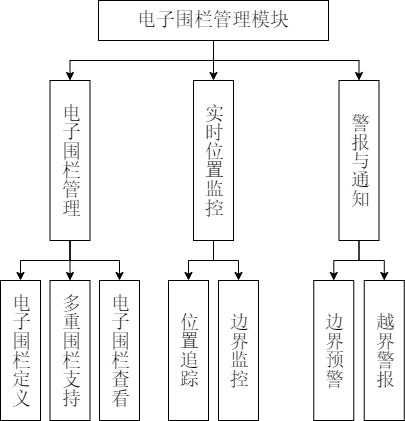
This is 学生端电子围栏管理模块.drawio.png from w1791105996/About-CSS3, a draw.io export, as it was before one commit. Source tidied: cells renumbered, new cells last; positions are measured from the earlier drawing's top-left corner, leaving out a move shared by most shapes.
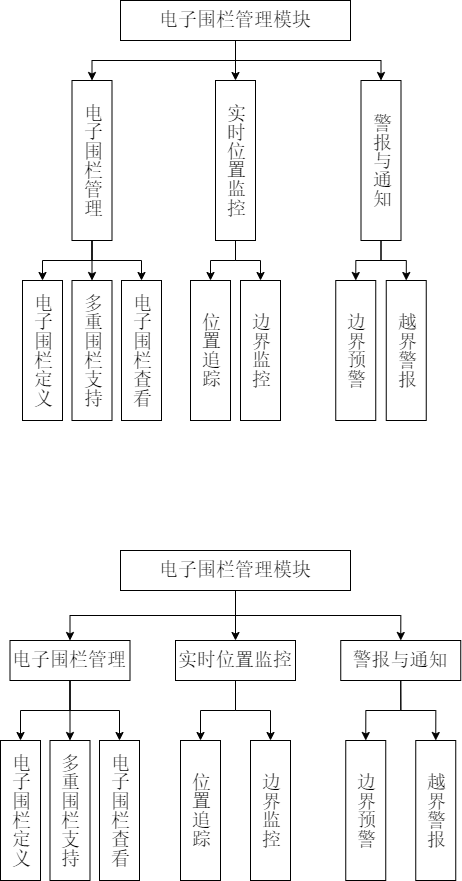
Later version of the same file.

Commit message:
更新学生端电子围栏管理模块.drawio.png

Diff of the diagram source:
```diff
@@ -65,5 +65,68 @@
     <mxCell id="22" value="越界警报" style="rounded=0;whiteSpace=wrap;html=1;textDirection=vertical-lr;horizontal=1;fontFamily=宋体;spacingTop=0;fontSize=19;" parent="1" vertex="1">
       <mxGeometry x="363.8" y="280" width="40" height="140" as="geometry" />
     </mxCell>
+    <mxCell id="23" style="edgeStyle=orthogonalEdgeStyle;rounded=0;jettySize=auto;html=1;exitX=0.5;exitY=1;exitDx=0;exitDy=0;entryX=0.5;entryY=0;entryDx=0;entryDy=0;" parent="1" edge="1" source="26" target="30">
+      <mxGeometry relative="1" as="geometry" />
+    </mxCell>
+    <mxCell id="24" style="edgeStyle=orthogonalEdgeStyle;rounded=0;jettySize=auto;html=1;exitX=0.5;exitY=1;exitDx=0;exitDy=0;entryX=0.5;entryY=0;entryDx=0;entryDy=0;" parent="1" edge="1" source="26" target="36">
+      <mxGeometry relative="1" as="geometry" />
+    </mxCell>
+    <mxCell id="25" style="edgeStyle=orthogonalEdgeStyle;rounded=0;jettySize=auto;html=1;exitX=0.5;exitY=1;exitDx=0;exitDy=0;entryX=0.5;entryY=0;entryDx=0;entryDy=0;" parent="1" edge="1" source="26" target="33">
+      <mxGeometry relative="1" as="geometry" />
+    </mxCell>
+    <mxCell id="26" value="电子围栏管理模块" style="rounded=0;whiteSpace=wrap;html=1;fontFamily=宋体;fontSize=19;" parent="1" vertex="1">
+      <mxGeometry x="98" y="550" width="230" height="40" as="geometry" />
+    </mxCell>
+    <mxCell id="27" style="edgeStyle=orthogonalEdgeStyle;rounded=0;jettySize=auto;html=1;entryX=0.5;entryY=0;entryDx=0;entryDy=0;exitX=0.5;exitY=1;exitDx=0;exitDy=0;" parent="1" edge="1" source="30" target="39">
+      <mxGeometry relative="1" as="geometry" />
+    </mxCell>
+    <mxCell id="28" style="edgeStyle=orthogonalEdgeStyle;rounded=0;jettySize=auto;html=1;exitX=0.5;exitY=1;exitDx=0;exitDy=0;entryX=0.5;entryY=0;entryDx=0;entryDy=0;" parent="1" edge="1" source="30" target="37">
+      <mxGeometry relative="1" as="geometry" />
+    </mxCell>
+    <mxCell id="29" style="edgeStyle=orthogonalEdgeStyle;rounded=0;jettySize=auto;html=1;exitX=0.5;exitY=1;exitDx=0;exitDy=0;entryX=0.5;entryY=0;entryDx=0;entryDy=0;" parent="1" edge="1" source="30" target="38">
+      <mxGeometry relative="1" as="geometry" />
+    </mxCell>
+    <mxCell id="30" value="电子围栏管理" style="rounded=0;whiteSpace=wrap;html=1;horizontal=1;fontFamily=宋体;spacingTop=0;fontSize=19;" parent="1" vertex="1">
+      <mxGeometry x="-12.5" y="640" width="120" height="40" as="geometry" />
+    </mxCell>
+    <mxCell id="31" style="edgeStyle=orthogonalEdgeStyle;rounded=0;jettySize=auto;html=1;exitX=0.5;exitY=1;exitDx=0;exitDy=0;entryX=0.5;entryY=0;entryDx=0;entryDy=0;" parent="1" edge="1" source="33" target="40">
+      <mxGeometry relative="1" as="geometry" />
+    </mxCell>
+    <mxCell id="32" style="edgeStyle=orthogonalEdgeStyle;rounded=0;jettySize=auto;html=1;exitX=0.5;exitY=1;exitDx=0;exitDy=0;entryX=0.5;entryY=0;entryDx=0;entryDy=0;" parent="1" edge="1" source="33" target="41">
+      <mxGeometry relative="1" as="geometry" />
+    </mxCell>
+    <mxCell id="33" value="实时位置监控" style="rounded=0;whiteSpace=wrap;html=1;horizontal=1;fontFamily=宋体;spacingTop=0;fontSize=19;" parent="1" vertex="1">
+      <mxGeometry x="153" y="640" width="120" height="40" as="geometry" />
+    </mxCell>
+    <mxCell id="34" style="edgeStyle=orthogonalEdgeStyle;rounded=0;jettySize=auto;html=1;exitX=0.5;exitY=1;exitDx=0;exitDy=0;entryX=0.5;entryY=0;entryDx=0;entryDy=0;" parent="1" edge="1" source="36" target="42">
+      <mxGeometry relative="1" as="geometry" />
+    </mxCell>
+    <mxCell id="35" style="edgeStyle=orthogonalEdgeStyle;rounded=0;jettySize=auto;html=1;exitX=0.5;exitY=1;exitDx=0;exitDy=0;entryX=0.5;entryY=0;entryDx=0;entryDy=0;" parent="1" edge="1" source="36" target="43">
+      <mxGeometry relative="1" as="geometry" />
+    </mxCell>
+    <mxCell id="36" value="警报与通知" style="rounded=0;whiteSpace=wrap;html=1;horizontal=1;fontFamily=宋体;spacingTop=0;fontSize=19;" parent="1" vertex="1">
+      <mxGeometry x="318.2" y="640" width="120" height="40" as="geometry" />
+    </mxCell>
+    <mxCell id="37" value="电子围栏定义" style="rounded=0;whiteSpace=wrap;html=1;textDirection=vertical-lr;horizontal=1;fontFamily=宋体;spacingTop=0;fontSize=19;" parent="1" vertex="1">
+      <mxGeometry x="-22" y="740" width="40" height="140" as="geometry" />
+    </mxCell>
+    <mxCell id="38" value="电子围栏查看" style="rounded=0;whiteSpace=wrap;html=1;textDirection=vertical-lr;horizontal=1;fontFamily=宋体;spacingTop=0;fontSize=19;" parent="1" vertex="1">
+      <mxGeometry x="77" y="740" width="40" height="140" as="geometry" />
+    </mxCell>
+    <mxCell id="39" value="多重围栏支持" style="rounded=0;whiteSpace=wrap;html=1;textDirection=vertical-lr;horizontal=1;fontFamily=宋体;spacingTop=0;fontSize=19;" parent="1" vertex="1">
+      <mxGeometry x="27.5" y="740" width="40" height="140" as="geometry" />
+    </mxCell>
+    <mxCell id="40" value="位置追踪" style="rounded=0;whiteSpace=wrap;html=1;textDirection=vertical-lr;horizontal=1;fontFamily=宋体;spacingTop=0;fontSize=19;" parent="1" vertex="1">
+      <mxGeometry x="158" y="740" width="40" height="140" as="geometry" />
+    </mxCell>
+    <mxCell id="41" value="边界监控" style="rounded=0;whiteSpace=wrap;html=1;textDirection=vertical-lr;horizontal=1;fontFamily=宋体;spacingTop=0;fontSize=19;" parent="1" vertex="1">
+      <mxGeometry x="228" y="740" width="40" height="140" as="geometry" />
+    </mxCell>
+    <mxCell id="42" value="边界预警" style="rounded=0;whiteSpace=wrap;html=1;textDirection=vertical-lr;horizontal=1;fontFamily=宋体;spacingTop=0;fontSize=19;" parent="1" vertex="1">
+      <mxGeometry x="323.2" y="740" width="40" height="140" as="geometry" />
+    </mxCell>
+    <mxCell id="43" value="越界警报" style="rounded=0;whiteSpace=wrap;html=1;textDirection=vertical-lr;horizontal=1;fontFamily=宋体;spacingTop=0;fontSize=19;" parent="1" vertex="1">
+      <mxGeometry x="393.2" y="740" width="40" height="140" as="geometry" />
+    </mxCell>
   </root>
 </mxGraphModel>
```
